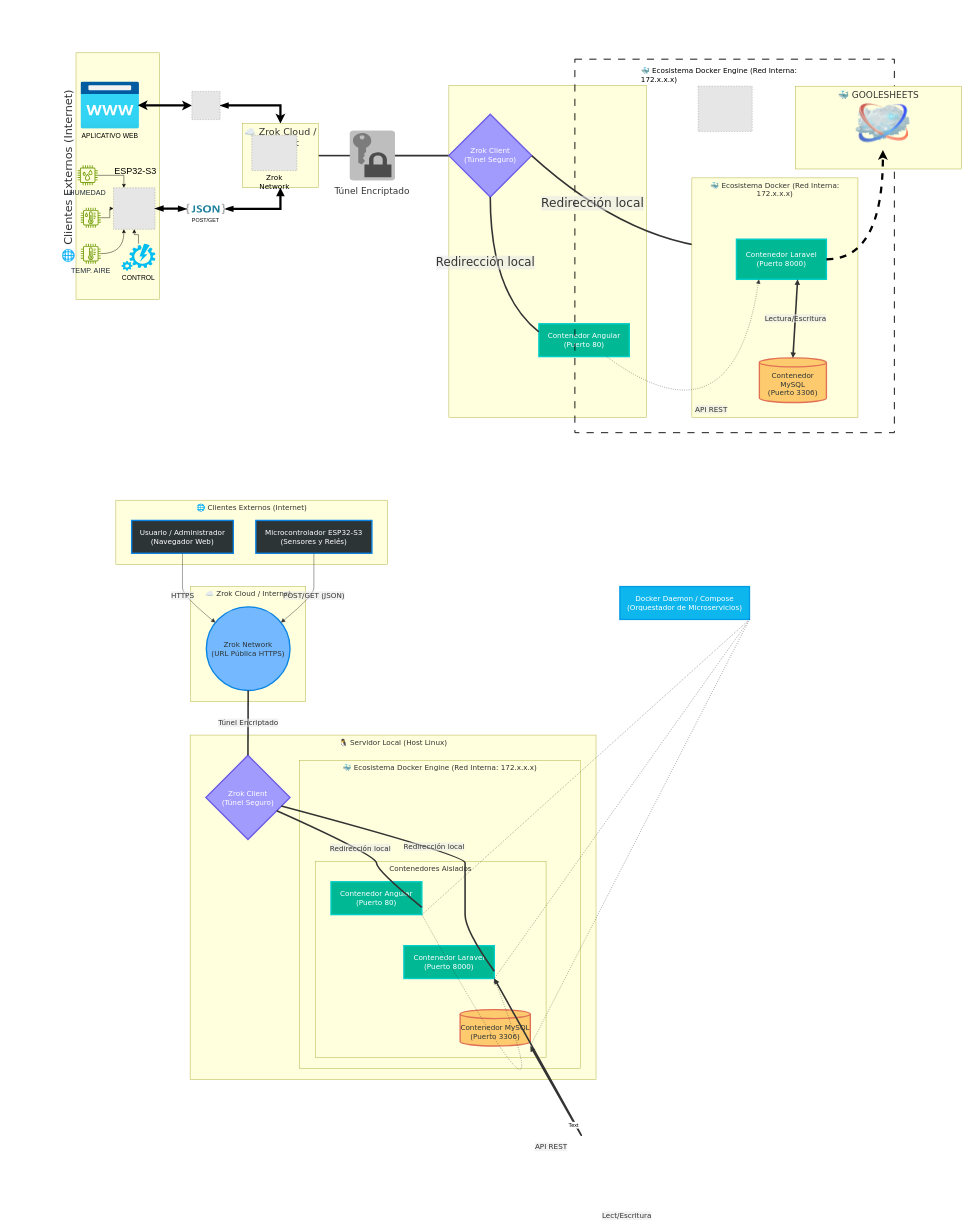
This is DIAGRAMA_TESIS.drawio from Jovigovidal/Backend_IoT_agro, a draw.io file, before an edit. Source tidied: cells renumbered, new cells numbered last; positions are measured from the earlier drawing's top-left corner, leaving out a move shared by most shapes. Both pictures are drawn from the tidied source at 45%, with x=0, y=0 at pixel (-6, 59). Pictures stored in the file or linked from it are replaced by grey dashed boxes.
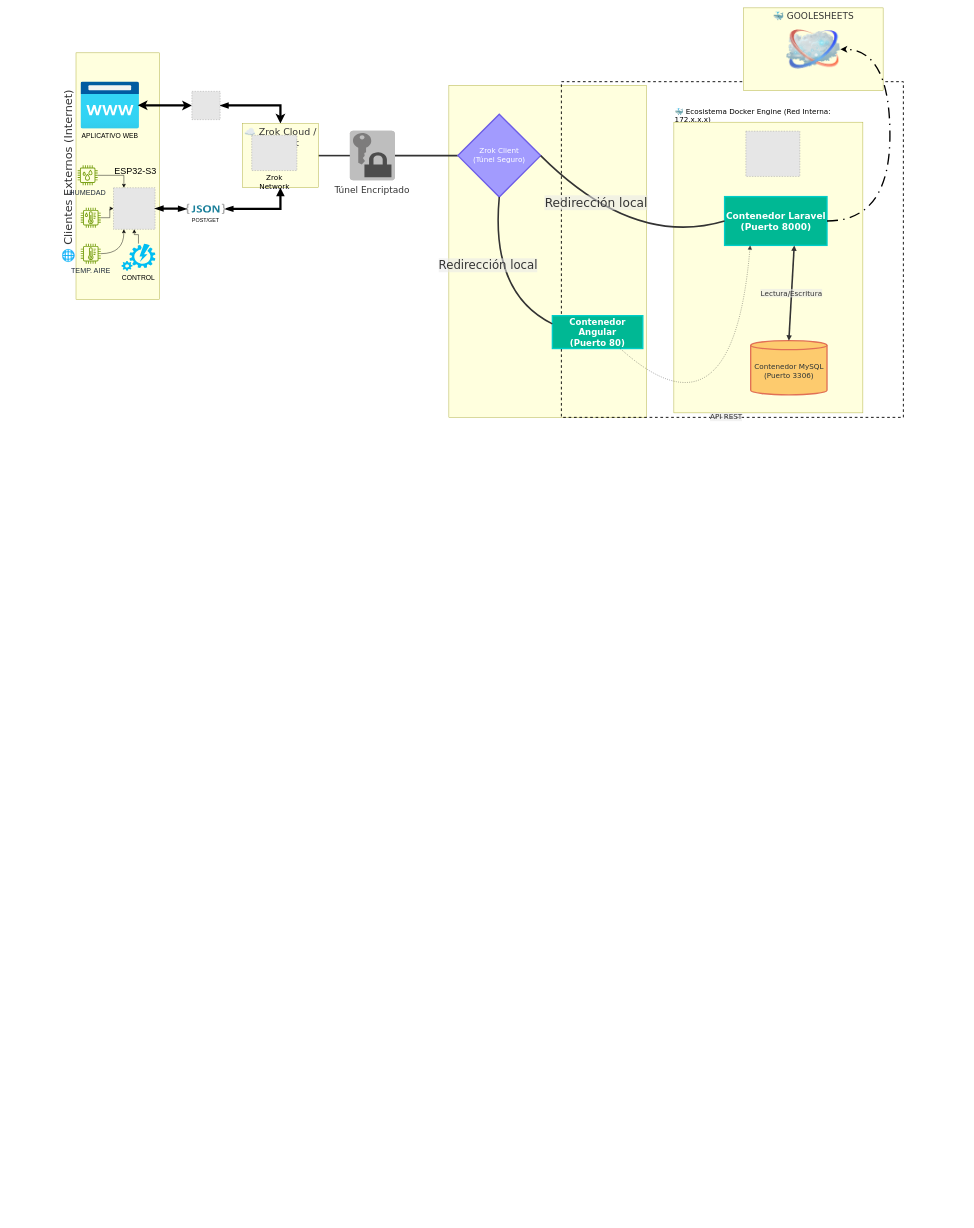
Above is the later version.

The change refers to these unchanged cells:
```xml
<mxCell id="2" style="group;transparentBounds=1;editIcon=1;lockedGroup=0;groupPadding=10;" parent="1" vertex="1">
  <mxGeometry x="30" y="190" width="1291.5" height="510" as="geometry" />
</mxCell>
<mxCell id="3" value=" " style="html=1;whiteSpace=wrap;strokeWidth=1;verticalAlign=top;fillColor=light-dark(#ffffde,#1f2020);strokeColor=light-dark(#aaaa33,#cccccc);fontColor=light-dark(#333333,#cccccc);fontFamily=Trebuchet MS,Verdana,Arial,sans-serif;fontSize=16;" parent="2" vertex="1">
  <mxGeometry x="980" y="-132" width="439" height="738" as="geometry" />
</mxCell>
<mxCell id="30" style="group;transparentBounds=1;editIcon=1;lockedGroup=0;groupPadding=10;" parent="1" vertex="1">
  <mxGeometry x="30" y="190" width="2130" height="905" as="geometry" />
</mxCell>
```

Diff of the diagram source:
```diff
@@
-    <mxCell id="4" value="Contenedor Angular&#10;(Puerto 80)" style="html=1;whiteSpace=wrap;strokeWidth=3;fillColor=#00b894;strokeColor=#00cec9;fontColor=#fff;fontFamily=Trebuchet MS,Verdana,Arial,sans-serif;fontSize=16;" parent="3" vertex="1">
-      <mxGeometry x="200" y="530" width="201" height="73" as="geometry" />
-    </mxCell>
@@
     <mxCell id="28" value="Zrok Client&#10;(Túnel Seguro)" style="rhombus;html=1;strokeWidth=3;whiteSpace=wrap;fillColor=#a29bfe;strokeColor=#6c5ce7;fontColor=light-dark(#FFFFFF,#FFFFFF);fontFamily=Trebuchet MS,Verdana,Arial,sans-serif;fontSize=16;" parent="2" vertex="1">
-      <mxGeometry x="980" y="-67.7" width="184" height="184" as="geometry" />
+      <mxGeometry x="1000" y="-67.7" width="184" height="184" as="geometry" />
     </mxCell>
-    <mxCell id="29" value="Redirección local" style="curved=1;startArrow=none;endArrow=none;strokeWidth=3.5;endSize=3;startSize=3;strokeColor=light-dark(#333333,#cccccc);html=1;fontSize=26;labelBackgroundColor=light-dark(#E8E8E88D,#2a2a2a8D);fontFamily=Trebuchet MS,Verdana,Arial,sans-serif;fontColor=light-dark(#333333,#cccccc);exitX=0.5;exitY=1;entryX=0;entryY=0.25;rounded=0;exitDx=0;exitDy=0;entryDx=0;entryDy=0;" parent="2" edge="1" source="28" target="4">
-      <mxGeometry x="-0.17" y="-11" relative="1" as="geometry">
-        <Array as="points">
-          <mxPoint x="1072" y="330" />
-        </Array>
-      </mxGeometry>
-    </mxCell>
@@
-    <mxCell id="31" style="rounded=0;whiteSpace=wrap;html=1;fillColor=none;strokeColor=light-dark(#000000,#007FFF);strokeWidth=2;dashed=1;dashPattern=8 8;" parent="30" vertex="1">
-      <mxGeometry x="1260" y="-190" width="710" height="830" as="geometry" />
+    <mxCell id="31" style="rounded=0;whiteSpace=wrap;html=1;fillColor=none;strokeColor=light-dark(#000000,#007FFF);strokeWidth=2;dashed=1;" parent="30" vertex="1">
+      <mxGeometry x="1230" y="-140" width="760" height="746" as="geometry" />
     </mxCell>
-    <mxCell id="32" value="🌐 Clientes Externos (Internet)" style="html=1;whiteSpace=wrap;strokeWidth=1;verticalAlign=top;fillColor=light-dark(#ffffde,#1f2020);strokeColor=light-dark(#aaaa33,#cccccc);fontColor=light-dark(#333333,#cccccc);fontFamily=Trebuchet MS,Verdana,Arial,sans-serif;fontSize=16;" parent="30" vertex="1">
-      <mxGeometry x="240" y="790" width="604" height="143" as="geometry" />
-    </mxCell>
-    <mxCell id="33" value="Microcontrolador ESP32-S3&#10;(Sensores y Relés)" style="html=1;whiteSpace=wrap;strokeWidth=3;fillColor=#2d3436;strokeColor=#0984e3;fontColor=#fff;fontFamily=Trebuchet MS,Verdana,Arial,sans-serif;fontSize=16;" parent="32" vertex="1">
-      <mxGeometry x="311" y="45" width="258" height="73" as="geometry" />
-    </mxCell>
-    <mxCell id="34" value="Usuario / Administrador&#10;(Navegador Web)" style="html=1;whiteSpace=wrap;strokeWidth=3;fillColor=#2d3436;strokeColor=#0984e3;fontColor=#fff;fontFamily=Trebuchet MS,Verdana,Arial,sans-serif;fontSize=16;" parent="32" vertex="1">
-      <mxGeometry x="35" y="45" width="226" height="73" as="geometry" />
-    </mxCell>
-    <mxCell id="35" value="☁️ Zrok Cloud / Internet" style="html=1;whiteSpace=wrap;strokeWidth=1;verticalAlign=top;fillColor=light-dark(#ffffde,#1f2020);strokeColor=light-dark(#aaaa33,#cccccc);fontColor=light-dark(#333333,#cccccc);fontFamily=Trebuchet MS,Verdana,Arial,sans-serif;fontSize=16;" parent="30" vertex="1">
-      <mxGeometry x="406" y="982" width="256" height="256" as="geometry" />
-    </mxCell>
-    <mxCell id="36" value="Zrok Network&#10;(URL Pública HTTPS)" style="ellipse;html=1;strokeWidth=3;whiteSpace=wrap;fillColor=#74b9ff;strokeColor=#0984e3;fontColor=#2d3436;fontFamily=Trebuchet MS,Verdana,Arial,sans-serif;fontSize=16;" parent="35" vertex="1">
-      <mxGeometry x="35" y="45" width="186" height="186" as="geometry" />
-    </mxCell>
-    <mxCell id="37" value="🐧 Servidor Local (Host Linux)" style="html=1;whiteSpace=wrap;strokeWidth=1;verticalAlign=top;fillColor=light-dark(#ffffde,#1f2020);strokeColor=light-dark(#aaaa33,#cccccc);fontColor=light-dark(#333333,#cccccc);fontFamily=Trebuchet MS,Verdana,Arial,sans-serif;fontSize=16;" parent="30" vertex="1">
-      <mxGeometry x="405" y="1312" width="902" height="766" as="geometry" />
-    </mxCell>
-    <mxCell id="38" value="🐳 Ecosistema Docker Engine (Red Interna: 172.x.x.x)" style="html=1;whiteSpace=wrap;strokeWidth=1;verticalAlign=top;fillColor=light-dark(#ffffde,#1f2020);strokeColor=light-dark(#aaaa33,#cccccc);fontColor=light-dark(#333333,#cccccc);fontFamily=Trebuchet MS,Verdana,Arial,sans-serif;fontSize=16;" parent="37" vertex="1">
-      <mxGeometry x="243" y="57" width="624" height="684" as="geometry" />
-    </mxCell>
-    <mxCell id="39" value="Contenedores Aislados" style="html=1;whiteSpace=wrap;strokeWidth=1;verticalAlign=top;fillColor=light-dark(#ffffde,#1f2020);strokeColor=light-dark(#aaaa33,#cccccc);fontColor=light-dark(#333333,#cccccc);fontFamily=Trebuchet MS,Verdana,Arial,sans-serif;fontSize=16;" parent="38" vertex="1">
-      <mxGeometry x="35" y="224" width="513" height="435" as="geometry" />
-    </mxCell>
-    <mxCell id="40" value="Contenedor Angular&#10;(Puerto 80)" style="html=1;whiteSpace=wrap;strokeWidth=3;fillColor=#00b894;strokeColor=#00cec9;fontColor=#fff;fontFamily=Trebuchet MS,Verdana,Arial,sans-serif;fontSize=16;" parent="39" vertex="1">
-      <mxGeometry x="35" y="45" width="202" height="73" as="geometry" />
-    </mxCell>
-    <mxCell id="41" value="Contenedor Laravel&#10;(Puerto 8000)" style="html=1;whiteSpace=wrap;strokeWidth=3;fillColor=#00b894;strokeColor=#00cec9;fontColor=#fff;fontFamily=Trebuchet MS,Verdana,Arial,sans-serif;fontSize=16;" parent="39" vertex="1">
-      <mxGeometry x="197" y="187" width="201" height="73" as="geometry" />
-    </mxCell>
-    <mxCell id="42" value="Contenedor MySQL&#10;(Puerto 3306)" style="html=1;shape=cylinder3;boundedLbl=1;backgroundOutline=1;size=10;strokeWidth=3;whiteSpace=wrap;fillColor=#fdcb6e;strokeColor=#e17055;fontColor=#2d3436;fontFamily=Trebuchet MS,Verdana,Arial,sans-serif;fontSize=16;" parent="39" vertex="1">
-      <mxGeometry x="322" y="329" width="156" height="81" as="geometry" />
-    </mxCell>
-    <mxCell id="43" value="API REST" style="curved=1;dashed=1;dashPattern=2 3;fixDash=1;startArrow=none;endArrow=block;endSize=7;strokeColor=light-dark(#333333,#cccccc);html=1;fontSize=16;labelBackgroundColor=light-dark(#E8E8E88D,#2a2a2a8D);fontFamily=Trebuchet MS,Verdana,Arial,sans-serif;fontColor=light-dark(#333333,#cccccc);exitX=1;exitY=1;entryX=1;entryY=1;rounded=0;" parent="39" edge="1" source="40" target="41">
-      <mxGeometry relative="1" as="geometry">
-        <Array as="points">
-          <mxPoint x="572" y="720" />
-        </Array>
-      </mxGeometry>
-    </mxCell>
-    <mxCell id="44" value="Lect/Escritura" style="curved=1;startArrow=block;startSize=3;endArrow=block;endSize=3;strokeWidth=3.5;strokeColor=light-dark(#333333,#cccccc);html=1;fontSize=16;labelBackgroundColor=light-dark(#E8E8E88D,#2a2a2a8D);fontFamily=Trebuchet MS,Verdana,Arial,sans-serif;fontColor=light-dark(#333333,#cccccc);exitX=1;exitY=1;entryX=1;entryY=1;rounded=0;" parent="39" edge="1" source="41" target="42">
-      <mxGeometry relative="1" as="geometry">
-        <Array as="points">
-          <mxPoint x="734" y="862" />
-        </Array>
-      </mxGeometry>
-    </mxCell>
-    <mxCell id="45" value="Text" style="edgeLabel;html=1;align=center;verticalAlign=middle;fontFamily=Helvetica;fontSize=12;fontColor=default;labelBackgroundColor=default;" parent="44" vertex="1">
-      <mxGeometry x="0.67" y="4" relative="1" as="geometry" />
-    </mxCell>
-    <mxCell id="46" value="Zrok Client&#10;(Túnel Seguro)" style="rhombus;html=1;strokeWidth=3;whiteSpace=wrap;fillColor=#a29bfe;strokeColor=#6c5ce7;fontColor=#fff;fontFamily=Trebuchet MS,Verdana,Arial,sans-serif;fontSize=16;" parent="37" vertex="1">
-      <mxGeometry x="35" y="45" width="187" height="187" as="geometry" />
-    </mxCell>
-    <mxCell id="47" value="Redirección local" style="curved=1;startArrow=none;endArrow=none;strokeWidth=3.5;endSize=3;startSize=3;strokeColor=light-dark(#333333,#cccccc);html=1;fontSize=16;labelBackgroundColor=light-dark(#E8E8E88D,#2a2a2a8D);fontFamily=Trebuchet MS,Verdana,Arial,sans-serif;fontColor=light-dark(#333333,#cccccc);exitX=1;exitY=0.73;entryX=1;entryY=0.78;rounded=0;" parent="37" edge="1" source="46" target="40">
-      <mxGeometry relative="1" as="geometry">
-        <Array as="points">
-          <mxPoint x="414" y="267" />
-          <mxPoint x="414" y="301" />
-        </Array>
-      </mxGeometry>
-    </mxCell>
-    <mxCell id="48" value="Redirección local" style="curved=1;startArrow=none;endArrow=none;strokeWidth=3.5;endSize=3;startSize=3;strokeColor=light-dark(#333333,#cccccc);html=1;fontSize=16;labelBackgroundColor=light-dark(#E8E8E88D,#2a2a2a8D);fontFamily=Trebuchet MS,Verdana,Arial,sans-serif;fontColor=light-dark(#333333,#cccccc);exitX=1;exitY=0.63;entryX=1;entryY=0.78;rounded=0;" parent="37" edge="1" source="46" target="41">
-      <mxGeometry relative="1" as="geometry">
-        <Array as="points">
-          <mxPoint x="611" y="267" />
-          <mxPoint x="611" y="301" />
-          <mxPoint x="611" y="363" />
-          <mxPoint x="611" y="434" />
-        </Array>
-      </mxGeometry>
-    </mxCell>
-    <mxCell id="49" value="POST/GET (JSON)" style="curved=1;startArrow=none;endArrow=block;endSize=7;strokeColor=light-dark(#333333,#cccccc);html=1;fontSize=16;labelBackgroundColor=light-dark(#E8E8E88D,#2a2a2a8D);fontFamily=Trebuchet MS,Verdana,Arial,sans-serif;fontColor=light-dark(#333333,#cccccc);exitX=0.5;exitY=1;entryX=1;entryY=0.1;rounded=0;" parent="30" edge="1" source="33" target="36">
-      <mxGeometry relative="1" as="geometry">
-        <Array as="points">
-          <mxPoint x="680" y="933" />
-          <mxPoint x="680" y="968" />
-          <mxPoint x="680" y="1002" />
-        </Array>
-      </mxGeometry>
-    </mxCell>
-    <mxCell id="50" value="HTTPS" style="curved=1;startArrow=none;endArrow=block;endSize=7;strokeColor=light-dark(#333333,#cccccc);html=1;fontSize=16;labelBackgroundColor=light-dark(#E8E8E88D,#2a2a2a8D);fontFamily=Trebuchet MS,Verdana,Arial,sans-serif;fontColor=light-dark(#333333,#cccccc);exitX=0.5;exitY=1;entryX=0;entryY=0.1;rounded=0;" parent="30" edge="1" source="34" target="36">
-      <mxGeometry relative="1" as="geometry">
-        <Array as="points">
-          <mxPoint x="388" y="933" />
-          <mxPoint x="388" y="968" />
-          <mxPoint x="388" y="1002" />
-        </Array>
-      </mxGeometry>
-    </mxCell>
-    <mxCell id="51" value="Túnel Encriptado" style="curved=1;startArrow=none;endArrow=none;strokeWidth=3.5;endSize=3;startSize=3;strokeColor=light-dark(#333333,#cccccc);html=1;fontSize=16;labelBackgroundColor=light-dark(#E8E8E88D,#2a2a2a8D);fontFamily=Trebuchet MS,Verdana,Arial,sans-serif;fontColor=light-dark(#333333,#cccccc);exitX=0.5;exitY=1;entryX=0.5;entryY=0;rounded=0;" parent="30" edge="1" source="36" target="46">
-      <mxGeometry relative="1" as="geometry" />
-    </mxCell>
-    <mxCell id="52" value="Docker Daemon / Compose&#10;(Orquestador de Microservicios)" style="html=1;whiteSpace=wrap;strokeWidth=3;fillColor=#0db7ed;strokeColor=#039be5;fontColor=#fff;fontFamily=Trebuchet MS,Verdana,Arial,sans-serif;fontSize=16;" parent="30" vertex="1">
-      <mxGeometry x="1360" y="982" width="288" height="73" as="geometry" />
-    </mxCell>
-    <mxCell id="53" style="curved=1;dashed=1;dashPattern=2 3;fixDash=1;startArrow=none;endArrow=none;strokeColor=light-dark(#333333,#cccccc);exitX=1;exitY=1;entryX=1;entryY=1;rounded=0;" parent="30" edge="1" source="52" target="40">
-      <mxGeometry relative="1" as="geometry" />
-    </mxCell>
-    <mxCell id="54" style="curved=1;dashed=1;dashPattern=2 3;fixDash=1;startArrow=none;endArrow=none;strokeColor=light-dark(#333333,#cccccc);exitX=1;exitY=1;entryX=1;entryY=1;rounded=0;" parent="30" edge="1" source="52" target="41">
-      <mxGeometry relative="1" as="geometry" />
-    </mxCell>
-    <mxCell id="55" style="curved=1;dashed=1;dashPattern=2 3;fixDash=1;startArrow=none;endArrow=none;strokeColor=light-dark(#333333,#cccccc);exitX=1;exitY=1;entryX=1;entryY=1;rounded=0;" parent="30" edge="1" source="52" target="42">
-      <mxGeometry relative="1" as="geometry" />
-    </mxCell>
     <mxCell id="56" value="&lt;span style=&quot;font-family: &amp;quot;Trebuchet MS&amp;quot;, Verdana, Arial, sans-serif; font-size: 16px; font-style: normal; font-variant-ligatures: normal; font-variant-caps: normal; font-weight: 400; letter-spacing: normal; orphans: 2; text-align: center; text-indent: 0px; text-transform: none; widows: 2; word-spacing: 0px; -webkit-text-stroke-width: 0px; white-space: normal; text-decoration-thickness: initial; text-decoration-style: initial; text-decoration-color: initial; float: none; display: inline !important;&quot;&gt;🐳 Ecosistema Docker Engine (Red Interna: 172.x.x.x)&lt;/span&gt;" style="text;whiteSpace=wrap;html=1;labelBackgroundColor=none;fontColor=light-dark(#000000,#FFFFFF);" parent="30" vertex="1">
-      <mxGeometry x="1405" y="-180" width="420" height="40" as="geometry" />
+      <mxGeometry x="1480" y="-90" width="420" height="40" as="geometry" />
     </mxCell>
-    <mxCell id="57" value=" " style="fillColor=#E6E6E6;strokeColor=#999999;dashed=1;html=1;verticalAlign=top;verticalLabelPosition=bottom;labelBackgroundColor=#ffffff;" parent="30" vertex="1">
-      <mxGeometry x="1534" y="-130" width="120" height="100.6" as="geometry" />
-    </mxCell>
-    <mxCell id="58" value="Redirección local" style="curved=1;startArrow=none;endArrow=none;strokeWidth=3.5;endSize=3;startSize=3;strokeColor=light-dark(#333333,#cccccc);html=1;fontSize=27;labelBackgroundColor=light-dark(#E8E8E88D,#2a2a2a8D);fontFamily=Trebuchet MS,Verdana,Arial,sans-serif;fontColor=light-dark(#333333,#cccccc);exitX=1;exitY=0.5;entryX=0;entryY=0.25;rounded=0;exitDx=0;exitDy=0;entryDx=0;entryDy=0;" parent="1" edge="1" source="28" target="61">
-      <mxGeometry x="-0.36" y="13" relative="1" as="geometry">
-        <Array as="points">
-          <mxPoint x="1420" y="420" />
-        </Array>
-      </mxGeometry>
-    </mxCell>
-    <mxCell id="59" value="🐳 GOOLESHEETS" style="html=1;whiteSpace=wrap;strokeWidth=1;verticalAlign=top;fillColor=light-dark(#ffffde,#1f2020);strokeColor=light-dark(#aaaa33,#cccccc);fontColor=light-dark(#333333,#cccccc);fontFamily=Trebuchet MS,Verdana,Arial,sans-serif;fontSize=20;" parent="1" vertex="1">
-      <mxGeometry x="1780" y="60" width="369" height="184" as="geometry" />
-    </mxCell>
-    <mxCell id="60" value="🐳 Ecosistema Docker (Red Interna: 172.x.x.x)" style="html=1;whiteSpace=wrap;strokeWidth=1;verticalAlign=top;fillColor=light-dark(#ffffde,#1f2020);strokeColor=light-dark(#aaaa33,#cccccc);fontColor=light-dark(#333333,#cccccc);fontFamily=Trebuchet MS,Verdana,Arial,sans-serif;fontSize=16;" parent="1" vertex="1">
-      <mxGeometry x="1550" y="263.8" width="369" height="532.2" as="geometry" />
+    <mxCell id="60" style="html=1;whiteSpace=wrap;strokeWidth=1;verticalAlign=top;fillColor=light-dark(#ffffde,#1f2020);strokeColor=light-dark(#aaaa33,#cccccc);fontColor=light-dark(#333333,#cccccc);fontFamily=Trebuchet MS,Verdana,Arial,sans-serif;fontSize=16;" parent="30" vertex="1">
+      <mxGeometry x="1480" y="-50" width="420" height="646" as="geometry" />
     </mxCell>
-    <mxCell id="61" value="Contenedor Laravel&#10;(Puerto 8000)" style="html=1;whiteSpace=wrap;strokeWidth=3;fillColor=#00b894;strokeColor=#00cec9;fontColor=#fff;fontFamily=Trebuchet MS,Verdana,Arial,sans-serif;fontSize=16;" parent="60" vertex="1">
-      <mxGeometry x="99" y="136.2" width="200" height="89.3" as="geometry" />
+    <mxCell id="61" value="Contenedor Laravel&#10;(Puerto 8000)" style="html=1;whiteSpace=wrap;strokeWidth=3;fillColor=#00b894;strokeColor=#00cec9;fontColor=#fff;fontFamily=Trebuchet MS,Verdana,Arial,sans-serif;fontSize=20;fontStyle=1;" parent="60" vertex="1">
+      <mxGeometry x="112.7" y="165.4" width="227.6" height="108.4" as="geometry" />
     </mxCell>
     <mxCell id="62" value="Contenedor MySQL&#10;(Puerto 3306)" style="html=1;shape=cylinder3;boundedLbl=1;backgroundOutline=1;size=10;strokeWidth=3;whiteSpace=wrap;fillColor=#fdcb6e;strokeColor=#e17055;fontColor=#2d3436;fontFamily=Trebuchet MS,Verdana,Arial,sans-serif;fontSize=16;" parent="60" vertex="1">
-      <mxGeometry x="150" y="400.1" width="149" height="99.1" as="geometry" />
+      <mxGeometry x="170.7" y="485.6" width="169.6" height="120.3" as="geometry" />
     </mxCell>
@@
+    <mxCell id="57" value=" " style="fillColor=#E6E6E6;strokeColor=#999999;dashed=1;html=1;verticalAlign=top;verticalLabelPosition=bottom;labelBackgroundColor=#ffffff;" parent="60" vertex="1">
+      <mxGeometry x="160" y="20" width="120" height="100.6" as="geometry" />
+    </mxCell>
+    <mxCell id="4" value="Contenedor Angular&#10;(Puerto 80)" style="html=1;whiteSpace=wrap;strokeWidth=3;fillColor=#00b894;strokeColor=#00cec9;fontColor=#fff;fontFamily=Trebuchet MS,Verdana,Arial,sans-serif;fontSize=19;fontStyle=1;" parent="30" vertex="1">
+      <mxGeometry x="1210" y="380" width="201" height="73" as="geometry" />
+    </mxCell>
-    <mxCell id="64" value="API REST" style="curved=1;dashed=1;dashPattern=2 3;fixDash=1;startArrow=none;endArrow=block;endSize=7;strokeColor=light-dark(#333333,#cccccc);html=1;fontSize=16;labelBackgroundColor=light-dark(#E8E8E88D,#2a2a2a8D);fontFamily=Trebuchet MS,Verdana,Arial,sans-serif;fontColor=light-dark(#333333,#cccccc);exitX=0.75;exitY=1;entryX=0.25;entryY=1;rounded=0;exitDx=0;exitDy=0;entryDx=0;entryDy=0;" parent="1" edge="1" source="4" target="61">
+    <mxCell id="64" value="API REST" style="curved=1;dashed=1;dashPattern=2 3;fixDash=1;startArrow=none;endArrow=block;endSize=7;strokeColor=light-dark(#333333,#cccccc);html=1;fontSize=16;labelBackgroundColor=light-dark(#E8E8E88D,#2a2a2a8D);fontFamily=Trebuchet MS,Verdana,Arial,sans-serif;fontColor=light-dark(#333333,#cccccc);exitX=0.75;exitY=1;entryX=0.25;entryY=1;rounded=0;exitDx=0;exitDy=0;entryDx=0;entryDy=0;" parent="30" edge="1" source="4" target="61">
       <mxGeometry x="-0.3" y="44" relative="1" as="geometry">
         <Array as="points">
-          <mxPoint x="1641" y="868" />
+          <mxPoint x="1611" y="678" />
         </Array>
       </mxGeometry>
     </mxCell>
+    <mxCell id="58" value="Redirección local" style="curved=1;startArrow=none;endArrow=none;strokeWidth=3.5;endSize=3;startSize=3;strokeColor=light-dark(#333333,#cccccc);html=1;fontSize=27;labelBackgroundColor=light-dark(#E8E8E88D,#2a2a2a8D);fontFamily=Trebuchet MS,Verdana,Arial,sans-serif;fontColor=light-dark(#333333,#cccccc);exitX=1;exitY=0.5;entryX=0;entryY=0.5;rounded=0;exitDx=0;exitDy=0;entryDx=0;entryDy=0;" parent="1" edge="1" source="28" target="61">
+      <mxGeometry x="-0.36" y="13" relative="1" as="geometry">
+        <Array as="points">
+          <mxPoint x="1420" y="420" />
+        </Array>
+      </mxGeometry>
+    </mxCell>
+    <mxCell id="59" value="🐳 GOOLESHEETS" style="html=1;whiteSpace=wrap;strokeWidth=1;verticalAlign=top;fillColor=light-dark(#ffffde,#1f2020);strokeColor=light-dark(#aaaa33,#cccccc);fontColor=light-dark(#333333,#cccccc);fontFamily=Trebuchet MS,Verdana,Arial,sans-serif;fontSize=20;" parent="1" vertex="1">
+      <mxGeometry x="1665" y="-114" width="310" height="184" as="geometry" />
+    </mxCell>
     <mxCell id="65" style="image;html=1;image=img/lib/clip_art/networking/Cloud_128x128.png;" parent="1" vertex="1">
-      <mxGeometry x="1914.5" y="82" width="120" height="120" as="geometry" />
+      <mxGeometry x="1760" y="-82" width="120" height="120" as="geometry" />
     </mxCell>
-    <mxCell id="66" style="edgeStyle=orthogonalEdgeStyle;rounded=0;jettySize=auto;html=1;entryX=0.5;entryY=1;entryDx=0;entryDy=0;dashed=1;strokeWidth=5;strokeColor=light-dark(#000000,#3399FF);curved=1;" parent="1" edge="1" source="61" target="65">
-      <mxGeometry relative="1" as="geometry" />
+    <mxCell id="66" style="edgeStyle=orthogonalEdgeStyle;rounded=0;jettySize=auto;html=1;entryX=1;entryY=0.5;entryDx=0;entryDy=0;strokeWidth=3;strokeColor=light-dark(#000000,#3333FF);curved=1;exitX=1;exitY=0.5;exitDx=0;exitDy=0;dashed=1;dashPattern=8 4 1 4;" parent="1" edge="1" source="61" target="65">
+      <mxGeometry relative="1" as="geometry">
+        <Array as="points">
+          <mxPoint x="1990.1" y="359.6" />
+          <mxPoint x="1990.1" y="-22" />
+        </Array>
+      </mxGeometry>
     </mxCell>
+    <mxCell id="29" value="Redirección local" style="curved=1;startArrow=none;endArrow=none;strokeWidth=3.5;endSize=3;startSize=3;strokeColor=light-dark(#333333,#cccccc);html=1;fontSize=26;labelBackgroundColor=light-dark(#E8E8E88D,#2a2a2a8D);fontFamily=Trebuchet MS,Verdana,Arial,sans-serif;fontColor=light-dark(#333333,#cccccc);exitX=0.5;exitY=1;entryX=0;entryY=0.25;rounded=0;exitDx=0;exitDy=0;entryDx=0;entryDy=0;" parent="1" edge="1" source="28" target="4">
+      <mxGeometry x="-0.17" y="-11" relative="1" as="geometry">
+        <Array as="points">
+          <mxPoint x="1102" y="520" />
+        </Array>
+      </mxGeometry>
+    </mxCell>
```
